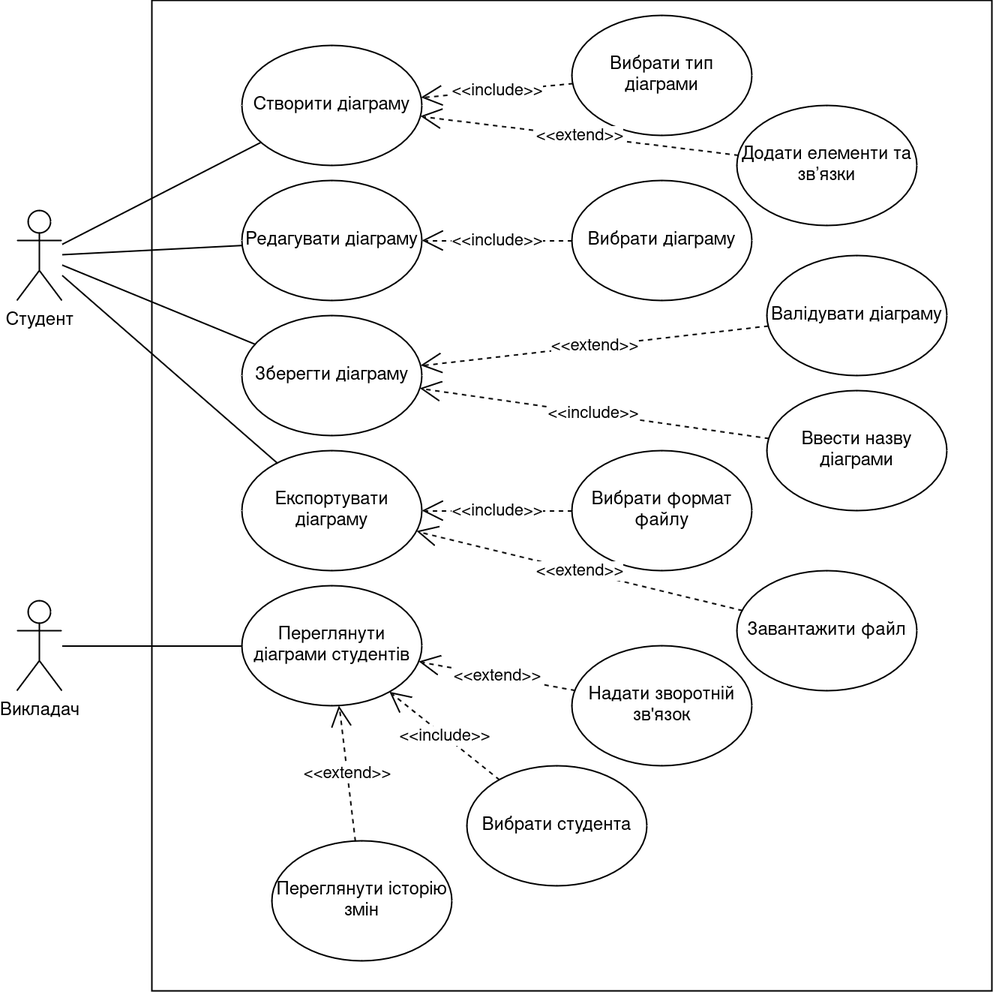
geekylthyosaur/lpnu keeps this draw.io diagram as 41SoftwareDesignAndArchitecture/lab5/pictures/1.png. Above is the earlier version. Source tidied: cells renumbered, new cells last; positions are measured from the earlier drawing's top-left corner, leaving out a move shared by most shapes.
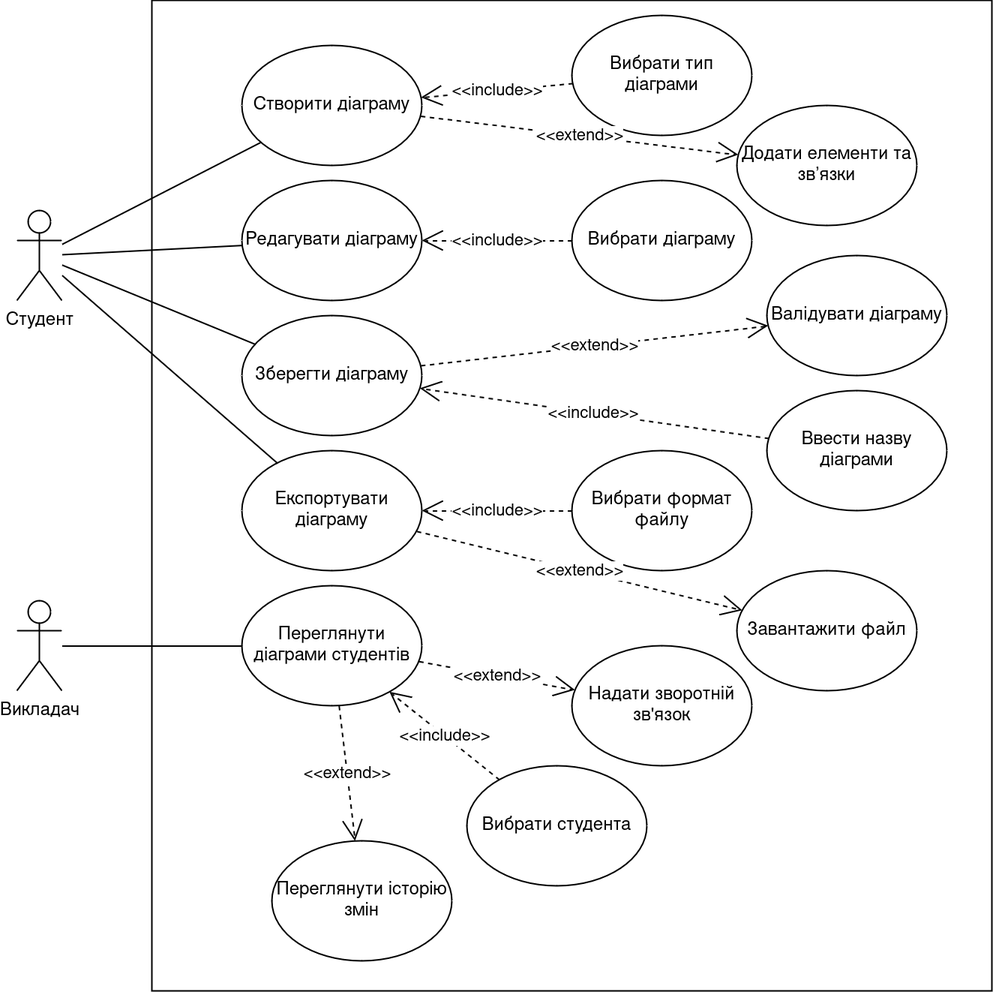
Later version of the same file.

The edit, as a diff of the source:
```diff
@@ -26,7 +26,7 @@
     <mxCell id="9" value="&amp;lt;&amp;lt;include&amp;gt;&amp;gt;" style="endArrow=open;endSize=12;dashed=1;html=1;rounded=0;" parent="1" edge="1" source="6" target="5">
       <mxGeometry relative="1" as="geometry" />
     </mxCell>
-    <mxCell id="10" value="&amp;lt;&amp;lt;extend&amp;gt;&amp;gt;" style="endArrow=open;endSize=12;dashed=1;html=1;rounded=0;" parent="1" edge="1" source="7" target="5">
+    <mxCell id="10" value="&amp;lt;&amp;lt;extend&amp;gt;&amp;gt;" style="endArrow=open;endSize=12;dashed=1;html=1;rounded=0;" parent="1" edge="1" source="5" target="7">
       <mxGeometry relative="1" as="geometry" />
     </mxCell>
     <mxCell id="11" value="Редагувати діаграму" style="ellipse;whiteSpace=wrap;html=1;" parent="1" vertex="1">
@@ -65,7 +65,7 @@
     <mxCell id="22" value="&amp;lt;&amp;lt;include&amp;gt;&amp;gt;" style="endArrow=open;endSize=12;dashed=1;html=1;rounded=0;" parent="1" edge="1" source="20" target="19">
       <mxGeometry relative="1" as="geometry" />
     </mxCell>
-    <mxCell id="23" value="&amp;lt;&amp;lt;extend&amp;gt;&amp;gt;" style="endArrow=open;endSize=12;dashed=1;html=1;rounded=0;" parent="1" edge="1" source="21" target="19">
+    <mxCell id="23" value="&amp;lt;&amp;lt;extend&amp;gt;&amp;gt;" style="endArrow=open;endSize=12;dashed=1;html=1;rounded=0;" parent="1" edge="1" source="19" target="21">
       <mxGeometry relative="1" as="geometry" />
     </mxCell>
     <mxCell id="24" style="endArrow=none;html=1;rounded=0;" parent="1" edge="1" source="3" target="19">
@@ -77,7 +77,7 @@
     <mxCell id="26" value="Надати зворотній зв'язок" style="ellipse;whiteSpace=wrap;html=1;" parent="1" vertex="1">
       <mxGeometry x="370" y="430" width="120" height="80" as="geometry" />
     </mxCell>
-    <mxCell id="27" value="&amp;lt;&amp;lt;extend&amp;gt;&amp;gt;" style="endArrow=open;endSize=12;dashed=1;html=1;rounded=0;" parent="1" edge="1" source="26" target="25">
+    <mxCell id="27" value="&amp;lt;&amp;lt;extend&amp;gt;&amp;gt;" style="endArrow=open;endSize=12;dashed=1;html=1;rounded=0;" parent="1" edge="1" source="25" target="26">
       <mxGeometry relative="1" as="geometry" />
     </mxCell>
     <mxCell id="28" style="endArrow=none;html=1;rounded=0;" parent="1" edge="1" source="4" target="25">
@@ -92,13 +92,13 @@
     <mxCell id="31" value="Валідувати діаграму" style="ellipse;whiteSpace=wrap;html=1;" parent="1" vertex="1">
       <mxGeometry x="500" y="170" width="120" height="80" as="geometry" />
     </mxCell>
-    <mxCell id="32" value="&amp;lt;&amp;lt;extend&amp;gt;&amp;gt;" style="endArrow=open;endSize=12;dashed=1;html=1;rounded=0;" parent="1" edge="1" source="31" target="15">
+    <mxCell id="32" value="&amp;lt;&amp;lt;extend&amp;gt;&amp;gt;" style="endArrow=open;endSize=12;dashed=1;html=1;rounded=0;" parent="1" edge="1" source="15" target="31">
       <mxGeometry relative="1" as="geometry" />
     </mxCell>
     <mxCell id="33" value="Переглянути історію змін" style="ellipse;whiteSpace=wrap;html=1;" parent="1" vertex="1">
       <mxGeometry x="170" y="560" width="120" height="80" as="geometry" />
     </mxCell>
-    <mxCell id="34" value="&amp;lt;&amp;lt;extend&amp;gt;&amp;gt;" style="endArrow=open;endSize=12;dashed=1;html=1;rounded=0;" parent="1" edge="1" source="33" target="25">
+    <mxCell id="34" value="&amp;lt;&amp;lt;extend&amp;gt;&amp;gt;" style="endArrow=open;endSize=12;dashed=1;html=1;rounded=0;" parent="1" edge="1" source="25" target="33">
       <mxGeometry relative="1" as="geometry" />
     </mxCell>
   </root>
```
